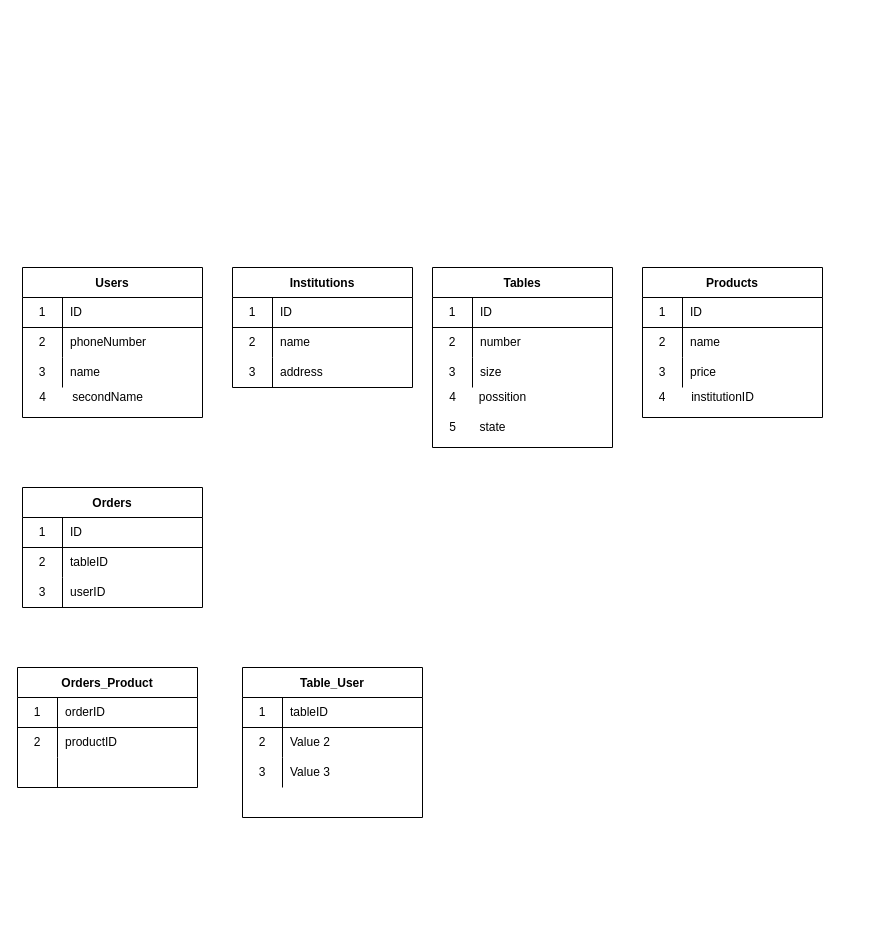
JuMasta/project-structure-diagrams keeps this draw.io diagram as page "Project structure" (1 of 2) of Untitled Diagram.drawio. Above is the earlier version. Source tidied: cells renumbered, new cells numbered last; positions are measured from the earlier drawing's top-left corner, leaving out a move shared by most shapes. Both pictures are drawn from the tidied source at 100%, with x=0, y=0 at pixel (17, 267).
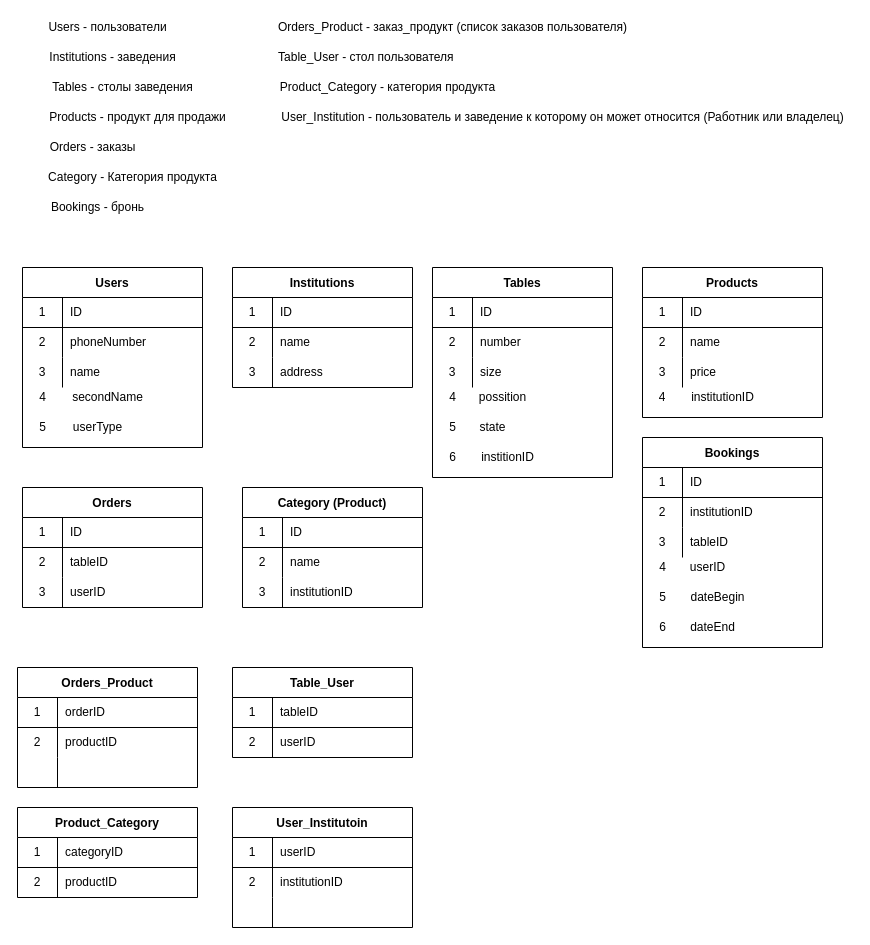
The same page after the edit.

Unchanged cells that the change refers to:
```xml
<mxCell id="74" style="shape=partialRectangle;html=1;whiteSpace=wrap;fillColor=none;top=0;left=0;bottom=0;right=0;" parent="70" vertex="1">
  <mxGeometry y="60" width="180" height="30" as="geometry" />
</mxCell>
```

Change to the diagram source:
```diff
@@
     <mxCell id="2" value="Users" style="shape=table;startSize=30;childLayout=tableLayout;rowLines=0;fontStyle=1;align=center;" parent="1" vertex="1">
-      <mxGeometry x="5" width="180" height="150" as="geometry" />
+      <mxGeometry x="5" width="180" height="180" as="geometry" />
     </mxCell>
@@
     <mxCell id="34" value="Tables" style="shape=table;startSize=30;childLayout=tableLayout;rowLines=0;fontStyle=1;align=center;" parent="1" vertex="1">
-      <mxGeometry x="415" width="180" height="180" as="geometry" />
+      <mxGeometry x="415" width="180" height="210" as="geometry" />
     </mxCell>
@@
     <mxCell id="70" value="Table_User" style="shape=table;startSize=30;childLayout=tableLayout;rowLines=0;fontStyle=1;align=center;" parent="1" vertex="1">
-      <mxGeometry x="225" y="400" width="180" height="150" as="geometry" />
+      <mxGeometry x="215" y="400" width="180" height="90" as="geometry" />
     </mxCell>
@@
-    <mxCell id="76" value="Value 2" style="shape=partialRectangle;html=1;whiteSpace=wrap;fillColor=none;top=0;left=0;bottom=0;right=0;align=left;spacingLeft=6;overflow=hidden;" parent="74" vertex="1">
+    <mxCell id="76" value="userID" style="shape=partialRectangle;html=1;whiteSpace=wrap;fillColor=none;top=0;left=0;bottom=0;right=0;align=left;spacingLeft=6;overflow=hidden;" parent="74" vertex="1">
       <mxGeometry x="40" width="140" height="30" as="geometry" />
     </mxCell>
-    <mxCell id="77" style="shape=partialRectangle;html=1;whiteSpace=wrap;fillColor=none;top=0;left=0;bottom=0;right=0;" parent="70" vertex="1">
-      <mxGeometry y="90" width="180" height="30" as="geometry" />
-    </mxCell>
-    <mxCell id="78" value="3" style="shape=partialRectangle;html=1;whiteSpace=wrap;fillColor=none;top=0;left=0;bottom=0;right=0;overflow=hidden;" parent="77" vertex="1">
-      <mxGeometry width="40" height="30" as="geometry" />
-    </mxCell>
-    <mxCell id="79" value="Value 3" style="shape=partialRectangle;html=1;whiteSpace=wrap;fillColor=none;top=0;left=0;bottom=0;right=0;align=left;spacingLeft=6;overflow=hidden;" parent="77" vertex="1">
-      <mxGeometry x="40" width="140" height="30" as="geometry" />
-    </mxCell>
+    <mxCell id="80" value="Category (Product)" style="shape=table;startSize=30;childLayout=tableLayout;rowLines=0;fontStyle=1;align=center;" parent="1" vertex="1">
+      <mxGeometry x="225" y="220" width="180" height="120" as="geometry" />
+    </mxCell>
+    <mxCell id="81" style="shape=partialRectangle;html=1;whiteSpace=wrap;fillColor=none;top=0;left=0;bottom=1;right=0;" parent="80" vertex="1">
+      <mxGeometry y="30" width="180" height="30" as="geometry" />
+    </mxCell>
+    <mxCell id="82" value="1" style="shape=partialRectangle;html=1;whiteSpace=wrap;fillColor=none;top=0;left=0;bottom=0;right=0;overflow=hidden;" parent="81" vertex="1">
+      <mxGeometry width="40" height="30" as="geometry" />
+    </mxCell>
+    <mxCell id="83" value="ID" style="shape=partialRectangle;html=1;whiteSpace=wrap;fillColor=none;top=0;left=0;bottom=0;right=0;align=left;spacingLeft=6;overflow=hidden;" parent="81" vertex="1">
+      <mxGeometry x="40" width="140" height="30" as="geometry" />
+    </mxCell>
+    <mxCell id="84" style="shape=partialRectangle;html=1;whiteSpace=wrap;fillColor=none;top=0;left=0;bottom=0;right=0;" parent="80" vertex="1">
+      <mxGeometry y="60" width="180" height="30" as="geometry" />
+    </mxCell>
+    <mxCell id="85" value="2" style="shape=partialRectangle;html=1;whiteSpace=wrap;fillColor=none;top=0;left=0;bottom=0;right=0;overflow=hidden;" parent="84" vertex="1">
+      <mxGeometry width="40" height="30" as="geometry" />
+    </mxCell>
+    <mxCell id="86" value="name" style="shape=partialRectangle;html=1;whiteSpace=wrap;fillColor=none;top=0;left=0;bottom=0;right=0;align=left;spacingLeft=6;overflow=hidden;" parent="84" vertex="1">
+      <mxGeometry x="40" width="140" height="30" as="geometry" />
+    </mxCell>
+    <mxCell id="87" style="shape=partialRectangle;html=1;whiteSpace=wrap;fillColor=none;top=0;left=0;bottom=0;right=0;" parent="80" vertex="1">
+      <mxGeometry y="90" width="180" height="30" as="geometry" />
+    </mxCell>
+    <mxCell id="88" value="3" style="shape=partialRectangle;html=1;whiteSpace=wrap;fillColor=none;top=0;left=0;bottom=0;right=0;overflow=hidden;" parent="87" vertex="1">
+      <mxGeometry width="40" height="30" as="geometry" />
+    </mxCell>
+    <mxCell id="89" value="institutionID" style="shape=partialRectangle;html=1;whiteSpace=wrap;fillColor=none;top=0;left=0;bottom=0;right=0;align=left;spacingLeft=6;overflow=hidden;" parent="87" vertex="1">
+      <mxGeometry x="40" width="140" height="30" as="geometry" />
+    </mxCell>
+    <mxCell id="90" value="Product_Category" style="shape=table;startSize=30;childLayout=tableLayout;rowLines=0;fontStyle=1;align=center;" parent="1" vertex="1">
+      <mxGeometry y="540" width="180" height="90" as="geometry" />
+    </mxCell>
+    <mxCell id="91" style="shape=partialRectangle;html=1;whiteSpace=wrap;fillColor=none;top=0;left=0;bottom=1;right=0;" parent="90" vertex="1">
+      <mxGeometry y="30" width="180" height="30" as="geometry" />
+    </mxCell>
+    <mxCell id="92" value="1" style="shape=partialRectangle;html=1;whiteSpace=wrap;fillColor=none;top=0;left=0;bottom=0;right=0;overflow=hidden;" parent="91" vertex="1">
+      <mxGeometry width="40" height="30" as="geometry" />
+    </mxCell>
+    <mxCell id="93" value="categoryID" style="shape=partialRectangle;html=1;whiteSpace=wrap;fillColor=none;top=0;left=0;bottom=0;right=0;align=left;spacingLeft=6;overflow=hidden;" parent="91" vertex="1">
+      <mxGeometry x="40" width="140" height="30" as="geometry" />
+    </mxCell>
+    <mxCell id="94" style="shape=partialRectangle;html=1;whiteSpace=wrap;fillColor=none;top=0;left=0;bottom=0;right=0;" parent="90" vertex="1">
+      <mxGeometry y="60" width="180" height="30" as="geometry" />
+    </mxCell>
+    <mxCell id="95" value="2" style="shape=partialRectangle;html=1;whiteSpace=wrap;fillColor=none;top=0;left=0;bottom=0;right=0;overflow=hidden;" parent="94" vertex="1">
+      <mxGeometry width="40" height="30" as="geometry" />
+    </mxCell>
+    <mxCell id="96" value="productID" style="shape=partialRectangle;html=1;whiteSpace=wrap;fillColor=none;top=0;left=0;bottom=0;right=0;align=left;spacingLeft=6;overflow=hidden;" parent="94" vertex="1">
+      <mxGeometry x="40" width="140" height="30" as="geometry" />
+    </mxCell>
+    <mxCell id="97" value="Bookings" style="shape=table;startSize=30;childLayout=tableLayout;rowLines=0;fontStyle=1;align=center;" parent="1" vertex="1">
+      <mxGeometry x="625" y="170" width="180" height="210" as="geometry" />
+    </mxCell>
+    <mxCell id="98" style="shape=partialRectangle;html=1;whiteSpace=wrap;fillColor=none;top=0;left=0;bottom=1;right=0;" parent="97" vertex="1">
+      <mxGeometry y="30" width="180" height="30" as="geometry" />
+    </mxCell>
+    <mxCell id="99" value="1" style="shape=partialRectangle;html=1;whiteSpace=wrap;fillColor=none;top=0;left=0;bottom=0;right=0;overflow=hidden;" parent="98" vertex="1">
+      <mxGeometry width="40" height="30" as="geometry" />
+    </mxCell>
+    <mxCell id="100" value="ID" style="shape=partialRectangle;html=1;whiteSpace=wrap;fillColor=none;top=0;left=0;bottom=0;right=0;align=left;spacingLeft=6;overflow=hidden;" parent="98" vertex="1">
+      <mxGeometry x="40" width="140" height="30" as="geometry" />
+    </mxCell>
+    <mxCell id="101" style="shape=partialRectangle;html=1;whiteSpace=wrap;fillColor=none;top=0;left=0;bottom=0;right=0;" parent="97" vertex="1">
+      <mxGeometry y="60" width="180" height="30" as="geometry" />
+    </mxCell>
+    <mxCell id="102" value="2" style="shape=partialRectangle;html=1;whiteSpace=wrap;fillColor=none;top=0;left=0;bottom=0;right=0;overflow=hidden;" parent="101" vertex="1">
+      <mxGeometry width="40" height="30" as="geometry" />
+    </mxCell>
+    <mxCell id="103" value="institutionID" style="shape=partialRectangle;html=1;whiteSpace=wrap;fillColor=none;top=0;left=0;bottom=0;right=0;align=left;spacingLeft=6;overflow=hidden;" parent="101" vertex="1">
+      <mxGeometry x="40" width="140" height="30" as="geometry" />
+    </mxCell>
+    <mxCell id="104" style="shape=partialRectangle;html=1;whiteSpace=wrap;fillColor=none;top=0;left=0;bottom=0;right=0;" parent="97" vertex="1">
+      <mxGeometry y="90" width="180" height="30" as="geometry" />
+    </mxCell>
+    <mxCell id="105" value="3" style="shape=partialRectangle;html=1;whiteSpace=wrap;fillColor=none;top=0;left=0;bottom=0;right=0;overflow=hidden;" parent="104" vertex="1">
+      <mxGeometry width="40" height="30" as="geometry" />
+    </mxCell>
+    <mxCell id="106" value="tableID" style="shape=partialRectangle;html=1;whiteSpace=wrap;fillColor=none;top=0;left=0;bottom=0;right=0;align=left;spacingLeft=6;overflow=hidden;" parent="104" vertex="1">
+      <mxGeometry x="40" width="140" height="30" as="geometry" />
+    </mxCell>
+    <mxCell id="107" value="4" style="text;html=1;align=center;verticalAlign=middle;strokeColor=none;fillColor=none;" parent="1" vertex="1">
+      <mxGeometry x="635" y="290" width="20" height="20" as="geometry" />
+    </mxCell>
+    <mxCell id="108" value="userID" style="text;html=1;align=center;verticalAlign=middle;strokeColor=none;fillColor=none;" parent="1" vertex="1">
+      <mxGeometry x="665" y="290" width="50" height="20" as="geometry" />
+    </mxCell>
+    <mxCell id="109" value="5" style="text;html=1;align=center;verticalAlign=middle;strokeColor=none;fillColor=none;" parent="1" vertex="1">
+      <mxGeometry x="635" y="320" width="20" height="20" as="geometry" />
+    </mxCell>
+    <mxCell id="110" value="dateBegin" style="text;html=1;align=center;verticalAlign=middle;strokeColor=none;fillColor=none;" parent="1" vertex="1">
+      <mxGeometry x="665" y="320" width="70" height="20" as="geometry" />
+    </mxCell>
+    <mxCell id="111" value="6" style="text;html=1;align=center;verticalAlign=middle;strokeColor=none;fillColor=none;" parent="1" vertex="1">
+      <mxGeometry x="635" y="350" width="20" height="20" as="geometry" />
+    </mxCell>
+    <mxCell id="112" value="dateEnd" style="text;html=1;align=center;verticalAlign=middle;strokeColor=none;fillColor=none;" parent="1" vertex="1">
+      <mxGeometry x="665" y="350" width="60" height="20" as="geometry" />
+    </mxCell>
+    <mxCell id="113" value="6" style="text;html=1;align=center;verticalAlign=middle;strokeColor=none;fillColor=none;" parent="1" vertex="1">
+      <mxGeometry x="425" y="180" width="20" height="20" as="geometry" />
+    </mxCell>
+    <mxCell id="114" value="institionID" style="text;html=1;align=center;verticalAlign=middle;strokeColor=none;fillColor=none;" parent="1" vertex="1">
+      <mxGeometry x="455" y="180" width="70" height="20" as="geometry" />
+    </mxCell>
+    <mxCell id="115" value="Users - пользователи" style="text;html=1;align=center;verticalAlign=middle;strokeColor=none;fillColor=none;" parent="1" vertex="1">
+      <mxGeometry x="25" y="-250" width="130" height="20" as="geometry" />
+    </mxCell>
+    <mxCell id="116" value="Institutions - заведения" style="text;html=1;align=center;verticalAlign=middle;strokeColor=none;fillColor=none;" parent="1" vertex="1">
+      <mxGeometry x="25" y="-220" width="140" height="20" as="geometry" />
+    </mxCell>
+    <mxCell id="117" value="Tables - столы заведения" style="text;html=1;align=center;verticalAlign=middle;strokeColor=none;fillColor=none;" parent="1" vertex="1">
+      <mxGeometry x="25" y="-190" width="160" height="20" as="geometry" />
+    </mxCell>
+    <mxCell id="118" value="Products - продукт для продажи" style="text;html=1;align=center;verticalAlign=middle;strokeColor=none;fillColor=none;" parent="1" vertex="1">
+      <mxGeometry x="25" y="-160" width="190" height="20" as="geometry" />
+    </mxCell>
+    <mxCell id="119" value="Orders - заказы" style="text;html=1;align=center;verticalAlign=middle;strokeColor=none;fillColor=none;" parent="1" vertex="1">
+      <mxGeometry x="25" y="-130" width="100" height="20" as="geometry" />
+    </mxCell>
+    <mxCell id="120" value="Category - Категория продукта" style="text;html=1;align=center;verticalAlign=middle;strokeColor=none;fillColor=none;" parent="1" vertex="1">
+      <mxGeometry x="25" y="-100" width="180" height="20" as="geometry" />
+    </mxCell>
+    <mxCell id="121" value="Bookings - бронь" style="text;html=1;align=center;verticalAlign=middle;strokeColor=none;fillColor=none;" parent="1" vertex="1">
+      <mxGeometry x="25" y="-70" width="110" height="20" as="geometry" />
+    </mxCell>
+    <mxCell id="122" value="Orders_Product - заказ_продукт (список заказов пользователя)" style="text;html=1;align=center;verticalAlign=middle;strokeColor=none;fillColor=none;" parent="1" vertex="1">
+      <mxGeometry x="255" y="-250" width="360" height="20" as="geometry" />
+    </mxCell>
+    <mxCell id="123" value="Table_User - стол пользователя&amp;nbsp;" style="text;html=1;align=center;verticalAlign=middle;strokeColor=none;fillColor=none;" parent="1" vertex="1">
+      <mxGeometry x="255" y="-220" width="190" height="20" as="geometry" />
+    </mxCell>
+    <mxCell id="124" value="5" style="text;html=1;align=center;verticalAlign=middle;strokeColor=none;fillColor=none;" parent="1" vertex="1">
+      <mxGeometry x="15" y="150" width="20" height="20" as="geometry" />
+    </mxCell>
+    <mxCell id="125" value="userType" style="text;html=1;align=center;verticalAlign=middle;strokeColor=none;fillColor=none;" parent="1" vertex="1">
+      <mxGeometry x="50" y="150" width="60" height="20" as="geometry" />
+    </mxCell>
+    <mxCell id="126" value="Product_Category - категория продукта" style="text;html=1;align=center;verticalAlign=middle;strokeColor=none;fillColor=none;" parent="1" vertex="1">
+      <mxGeometry x="255" y="-190" width="230" height="20" as="geometry" />
+    </mxCell>
+    <mxCell id="127" value="User_Institution - пользователь и заведение к которому он может относится (Работник или владелец)" style="text;html=1;align=center;verticalAlign=middle;strokeColor=none;fillColor=none;" parent="1" vertex="1">
+      <mxGeometry x="255" y="-160" width="580" height="20" as="geometry" />
+    </mxCell>
+    <mxCell id="128" value="User_Institutoin" style="shape=table;startSize=30;childLayout=tableLayout;rowLines=0;fontStyle=1;align=center;" parent="1" vertex="1">
+      <mxGeometry x="215" y="540" width="180" height="120" as="geometry" />
+    </mxCell>
+    <mxCell id="129" style="shape=partialRectangle;html=1;whiteSpace=wrap;fillColor=none;top=0;left=0;bottom=1;right=0;" parent="128" vertex="1">
+      <mxGeometry y="30" width="180" height="30" as="geometry" />
+    </mxCell>
+    <mxCell id="130" value="1" style="shape=partialRectangle;html=1;whiteSpace=wrap;fillColor=none;top=0;left=0;bottom=0;right=0;overflow=hidden;" parent="129" vertex="1">
+      <mxGeometry width="40" height="30" as="geometry" />
+    </mxCell>
+    <mxCell id="131" value="userID" style="shape=partialRectangle;html=1;whiteSpace=wrap;fillColor=none;top=0;left=0;bottom=0;right=0;align=left;spacingLeft=6;overflow=hidden;" parent="129" vertex="1">
+      <mxGeometry x="40" width="140" height="30" as="geometry" />
+    </mxCell>
+    <mxCell id="132" style="shape=partialRectangle;html=1;whiteSpace=wrap;fillColor=none;top=0;left=0;bottom=0;right=0;" parent="128" vertex="1">
+      <mxGeometry y="60" width="180" height="30" as="geometry" />
+    </mxCell>
+    <mxCell id="133" value="2" style="shape=partialRectangle;html=1;whiteSpace=wrap;fillColor=none;top=0;left=0;bottom=0;right=0;overflow=hidden;" parent="132" vertex="1">
+      <mxGeometry width="40" height="30" as="geometry" />
+    </mxCell>
+    <mxCell id="134" value="institutionID" style="shape=partialRectangle;html=1;whiteSpace=wrap;fillColor=none;top=0;left=0;bottom=0;right=0;align=left;spacingLeft=6;overflow=hidden;" parent="132" vertex="1">
+      <mxGeometry x="40" width="140" height="30" as="geometry" />
+    </mxCell>
+    <mxCell id="135" style="shape=partialRectangle;html=1;whiteSpace=wrap;fillColor=none;top=0;left=0;bottom=0;right=0;" parent="128" vertex="1">
+      <mxGeometry y="90" width="180" height="30" as="geometry" />
+    </mxCell>
+    <mxCell id="136" style="shape=partialRectangle;html=1;whiteSpace=wrap;fillColor=none;top=0;left=0;bottom=0;right=0;overflow=hidden;" parent="135" vertex="1">
+      <mxGeometry width="40" height="30" as="geometry" />
+    </mxCell>
+    <mxCell id="137" style="shape=partialRectangle;html=1;whiteSpace=wrap;fillColor=none;top=0;left=0;bottom=0;right=0;align=left;spacingLeft=6;overflow=hidden;" parent="135" vertex="1">
+      <mxGeometry x="40" width="140" height="30" as="geometry" />
+    </mxCell>
```
